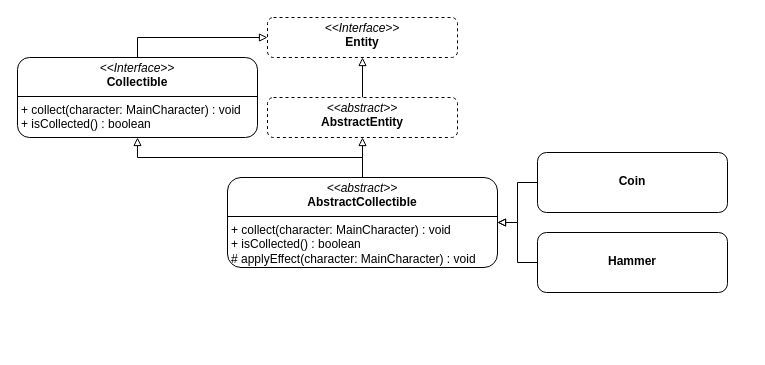
Above: report/drawio/Collectible.drawio in unibo-oop-projects/OOP24-AlessandroRebosio-FilippoRicciotti-Grace-GraziaBochdanovits-RenovateBot-coffeBreak (draw.io), before the change. Source tidied: cells renumbered, new cells numbered last; positions are measured from the earlier drawing's top-left corner, leaving out a move shared by most shapes. Both pictures are drawn from the tidied source at 100%, with x=0, y=0 at pixel (17, 17).
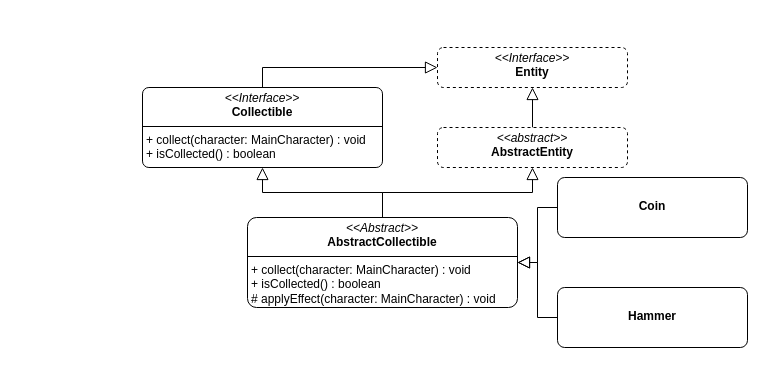
Above is the later version.

Commit message (it also covers changes not shown here):
fixed collectible UML and added ModelState UML

The edit, as a diff of the source:
```diff
@@
 <mxGraphModel>
   <root>
     <mxCell id="0" />
     <mxCell id="1" parent="0" />
     <mxCell id="2" value="&lt;p style=&quot;margin:0px;margin-top:4px;text-align:center;&quot;&gt;&lt;i&gt;&amp;lt;&amp;lt;Interface&amp;gt;&amp;gt;&lt;/i&gt;&lt;br&gt;&lt;b&gt;Entity&lt;/b&gt;&lt;/p&gt;" style="verticalAlign=top;align=left;overflow=fill;html=1;whiteSpace=wrap;dashed=1;rounded=1;" parent="1" vertex="1">
-      <mxGeometry x="250" width="190" height="40" as="geometry" />
+      <mxGeometry x="420" y="30" width="190" height="40" as="geometry" />
     </mxCell>
-    <mxCell id="3" style="edgeStyle=orthogonalEdgeStyle;rounded=0;jettySize=auto;html=1;exitX=0.5;exitY=0;exitDx=0;exitDy=0;entryX=0.5;entryY=1;entryDx=0;entryDy=0;endArrow=block;endFill=0;" parent="1" edge="1" source="4" target="2">
+    <mxCell id="3" style="edgeStyle=orthogonalEdgeStyle;rounded=0;jettySize=auto;html=1;exitX=0.5;exitY=0;exitDx=0;exitDy=0;entryX=0.5;entryY=1;entryDx=0;entryDy=0;endArrow=block;endFill=0;endSize=10;" parent="1" edge="1" source="4" target="2">
       <mxGeometry relative="1" as="geometry" />
     </mxCell>
     <mxCell id="4" value="&lt;p style=&quot;margin:0px;margin-top:4px;text-align:center;&quot;&gt;&lt;i&gt;&amp;lt;&amp;lt;abstract&amp;gt;&amp;gt;&lt;/i&gt;&lt;br&gt;&lt;b&gt;AbstractEntity&lt;/b&gt;&lt;/p&gt;" style="verticalAlign=top;align=left;overflow=fill;html=1;whiteSpace=wrap;dashed=1;rounded=1;" parent="1" vertex="1">
-      <mxGeometry x="250" y="80" width="190" height="40" as="geometry" />
+      <mxGeometry x="420" y="110" width="190" height="40" as="geometry" />
     </mxCell>
-    <mxCell id="5" style="edgeStyle=orthogonalEdgeStyle;rounded=0;jettySize=auto;html=1;exitX=0.5;exitY=0;exitDx=0;exitDy=0;entryX=0;entryY=0.5;entryDx=0;entryDy=0;endArrow=block;endFill=0;" parent="1" edge="1" source="6" target="2">
+    <mxCell id="5" style="edgeStyle=orthogonalEdgeStyle;rounded=0;jettySize=auto;html=1;exitX=0.5;exitY=0;exitDx=0;exitDy=0;entryX=0;entryY=0.5;entryDx=0;entryDy=0;endArrow=block;endFill=0;endSize=10;" parent="1" edge="1" source="6" target="2">
       <mxGeometry relative="1" as="geometry" />
     </mxCell>
-    <mxCell id="6" value="&lt;p style=&quot;margin:0px;margin-top:4px;text-align:center;&quot;&gt;&lt;i&gt;&amp;lt;&amp;lt;Interface&amp;gt;&amp;gt;&lt;/i&gt;&lt;br&gt;&lt;b&gt;Collectible&lt;/b&gt;&lt;/p&gt;&lt;hr size=&quot;1&quot; style=&quot;border-style:solid;&quot;&gt;&lt;p style=&quot;margin:0px;margin-left:4px;&quot;&gt;+ collect(character: MainCharacter) : void&lt;/p&gt;&lt;p style=&quot;margin:0px;margin-left:4px;&quot;&gt;+ isCollected() : boolean&lt;/p&gt;" style="verticalAlign=top;align=left;overflow=fill;html=1;whiteSpace=wrap;rounded=1;" parent="1" vertex="1">
-      <mxGeometry y="40" width="240" height="80" as="geometry" />
+    <mxCell id="6" value="&lt;p style=&quot;margin:0px;margin-top:4px;text-align:center;&quot;&gt;&lt;i&gt;&amp;lt;&amp;lt;Interface&amp;gt;&amp;gt;&lt;/i&gt;&lt;br&gt;&lt;b&gt;Collectible&lt;/b&gt;&lt;/p&gt;&lt;hr size=&quot;1&quot; style=&quot;border-style:solid;&quot;&gt;&lt;p style=&quot;margin:0px;margin-left:4px;&quot;&gt;+ collect(character: MainCharacter) : void&lt;/p&gt;&lt;p style=&quot;margin:0px;margin-left:4px;&quot;&gt;+ isCollected() : boolean&lt;/p&gt;" style="verticalAlign=top;align=left;overflow=fill;html=1;whiteSpace=wrap;rounded=1;arcSize=8;" parent="1" vertex="1">
+      <mxGeometry x="125" y="70" width="240" height="80" as="geometry" />
     </mxCell>
-    <mxCell id="7" style="edgeStyle=orthogonalEdgeStyle;rounded=0;jettySize=auto;html=1;exitX=0.5;exitY=0;exitDx=0;exitDy=0;entryX=0.5;entryY=1;entryDx=0;entryDy=0;endArrow=block;endFill=0;" parent="1" edge="1" source="9" target="6">
+    <mxCell id="7" style="edgeStyle=orthogonalEdgeStyle;rounded=0;jettySize=auto;html=1;exitX=0.5;exitY=0;exitDx=0;exitDy=0;entryX=0.5;entryY=1;entryDx=0;entryDy=0;endArrow=block;endFill=0;endSize=10;" parent="1" edge="1" source="9" target="6">
       <mxGeometry relative="1" as="geometry" />
     </mxCell>
-    <mxCell id="8" style="edgeStyle=orthogonalEdgeStyle;rounded=0;jettySize=auto;html=1;exitX=0.5;exitY=0;exitDx=0;exitDy=0;entryX=0.5;entryY=1;entryDx=0;entryDy=0;endArrow=block;endFill=0;" parent="1" edge="1" source="9" target="4">
+    <mxCell id="8" style="edgeStyle=orthogonalEdgeStyle;rounded=0;jettySize=auto;html=1;exitX=0.5;exitY=0;exitDx=0;exitDy=0;entryX=0.5;entryY=1;entryDx=0;entryDy=0;endArrow=block;endFill=0;endSize=10;" parent="1" edge="1" source="9" target="4">
       <mxGeometry relative="1" as="geometry" />
     </mxCell>
-    <mxCell id="9" value="&lt;p style=&quot;margin:0px;margin-top:4px;text-align:center;&quot;&gt;&lt;i&gt;&amp;lt;&amp;lt;abstract&amp;gt;&amp;gt;&lt;/i&gt;&lt;br&gt;&lt;b&gt;AbstractCollectible&lt;/b&gt;&lt;/p&gt;&lt;hr size=&quot;1&quot; style=&quot;border-style:solid;&quot;&gt;&lt;p style=&quot;margin:0px;margin-left:4px;&quot;&gt;+ collect(character: MainCharacter) : void&lt;/p&gt;&lt;p style=&quot;margin:0px;margin-left:4px;&quot;&gt;+ isCollected() : boolean&lt;/p&gt;&lt;p style=&quot;margin:0px;margin-left:4px;&quot;&gt;# applyEffect(character: MainCharacter) : void&lt;/p&gt;" style="verticalAlign=top;align=left;overflow=fill;html=1;whiteSpace=wrap;rounded=1;" parent="1" vertex="1">
-      <mxGeometry x="210" y="160" width="270" height="90" as="geometry" />
+    <mxCell id="9" value="&lt;p style=&quot;margin:0px;margin-top:4px;text-align:center;&quot;&gt;&lt;i&gt;&amp;lt;&amp;lt;Abstract&amp;gt;&amp;gt;&lt;/i&gt;&lt;br&gt;&lt;b&gt;AbstractCollectible&lt;/b&gt;&lt;/p&gt;&lt;hr size=&quot;1&quot; style=&quot;border-style:solid;&quot;&gt;&lt;p style=&quot;margin:0px;margin-left:4px;&quot;&gt;+ collect(character: MainCharacter) : void&lt;/p&gt;&lt;p style=&quot;margin:0px;margin-left:4px;&quot;&gt;+ isCollected() : boolean&lt;/p&gt;&lt;p style=&quot;margin:0px;margin-left:4px;&quot;&gt;# applyEffect(character: MainCharacter) : void&lt;/p&gt;" style="verticalAlign=top;align=left;overflow=fill;html=1;whiteSpace=wrap;rounded=1;arcSize=10;" parent="1" vertex="1">
+      <mxGeometry x="230" y="200" width="270" height="90" as="geometry" />
     </mxCell>
-    <mxCell id="10" style="edgeStyle=orthogonalEdgeStyle;rounded=0;jettySize=auto;html=1;exitX=0;exitY=0.5;exitDx=0;exitDy=0;entryX=1;entryY=0.5;entryDx=0;entryDy=0;endArrow=block;endFill=0;" parent="1" edge="1" source="11" target="9">
+    <mxCell id="10" style="edgeStyle=orthogonalEdgeStyle;rounded=0;jettySize=auto;html=1;exitX=0;exitY=0.5;exitDx=0;exitDy=0;entryX=1;entryY=0.5;entryDx=0;entryDy=0;endArrow=block;endFill=0;endSize=10;" parent="1" edge="1" source="11" target="9">
       <mxGeometry relative="1" as="geometry" />
     </mxCell>
-    <mxCell id="11" value="&lt;p style=&quot;margin:0px;margin-top:4px;text-align:center;&quot;&gt;&lt;b&gt;&lt;br&gt;&lt;/b&gt;&lt;/p&gt;&lt;p style=&quot;margin:0px;margin-top:4px;text-align:center;&quot;&gt;&lt;b&gt;Hammer&lt;/b&gt;&lt;/p&gt;" style="verticalAlign=top;align=left;overflow=fill;html=1;whiteSpace=wrap;rounded=1;" parent="1" vertex="1">
-      <mxGeometry x="520" y="215" width="190" height="60" as="geometry" />
+    <mxCell id="11" value="&lt;p style=&quot;margin:0px;margin-top:4px;text-align:center;&quot;&gt;&lt;b&gt;&lt;br&gt;&lt;/b&gt;&lt;/p&gt;&lt;p style=&quot;margin:0px;margin-top:4px;text-align:center;&quot;&gt;&lt;b&gt;Hammer&lt;/b&gt;&lt;/p&gt;" style="verticalAlign=top;align=left;overflow=fill;html=1;whiteSpace=wrap;rounded=1;arcSize=12;" parent="1" vertex="1">
+      <mxGeometry x="540" y="270" width="190" height="60" as="geometry" />
     </mxCell>
-    <mxCell id="12" style="edgeStyle=orthogonalEdgeStyle;rounded=0;jettySize=auto;html=1;exitX=0;exitY=0.5;exitDx=0;exitDy=0;entryX=1;entryY=0.5;entryDx=0;entryDy=0;endArrow=block;endFill=0;" parent="1" edge="1" source="13" target="9">
+    <mxCell id="12" style="edgeStyle=orthogonalEdgeStyle;rounded=0;jettySize=auto;html=1;exitX=0;exitY=0.5;exitDx=0;exitDy=0;entryX=1;entryY=0.5;entryDx=0;entryDy=0;endArrow=block;endFill=0;endSize=10;" parent="1" edge="1" source="13" target="9">
       <mxGeometry relative="1" as="geometry" />
     </mxCell>
-    <mxCell id="13" value="&lt;p style=&quot;margin:0px;margin-top:4px;text-align:center;&quot;&gt;&lt;b&gt;&lt;br&gt;&lt;/b&gt;&lt;/p&gt;&lt;p style=&quot;margin:0px;margin-top:4px;text-align:center;&quot;&gt;&lt;b&gt;Coin&lt;/b&gt;&lt;/p&gt;" style="verticalAlign=top;align=left;overflow=fill;html=1;whiteSpace=wrap;rounded=1;" parent="1" vertex="1">
-      <mxGeometry x="520" y="135" width="190" height="60" as="geometry" />
+    <mxCell id="13" value="&lt;p style=&quot;margin:0px;margin-top:4px;text-align:center;&quot;&gt;&lt;b&gt;&lt;br&gt;&lt;/b&gt;&lt;/p&gt;&lt;p style=&quot;margin:0px;margin-top:4px;text-align:center;&quot;&gt;&lt;b&gt;Coin&lt;/b&gt;&lt;/p&gt;" style="verticalAlign=top;align=left;overflow=fill;html=1;whiteSpace=wrap;rounded=1;arcSize=12;" parent="1" vertex="1">
+      <mxGeometry x="540" y="160" width="190" height="60" as="geometry" />
     </mxCell>
   </root>
 </mxGraphModel>
```
